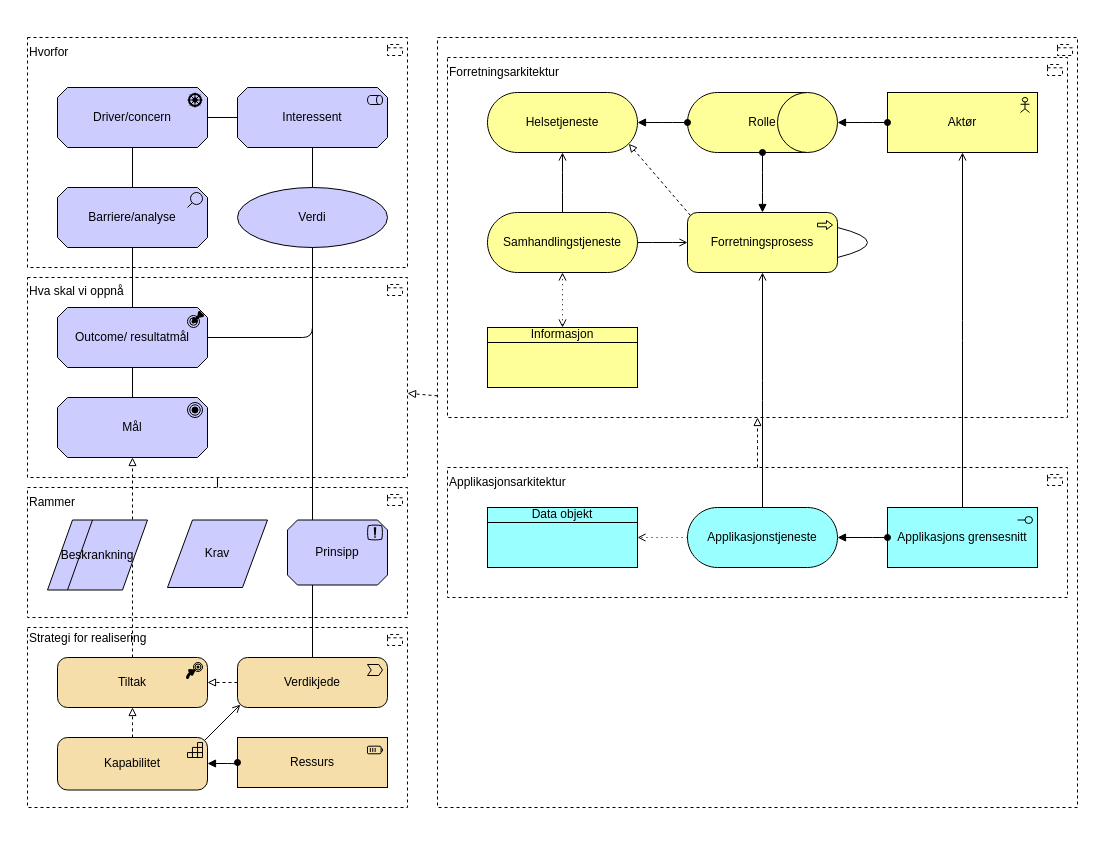
The draw.io diagram page "arkitekturmotivasjon" (1 of 2) of docs/why/arkitektur-motivasjon.drawio in hdir/Digital-Forstelinje, before the edit. Source tidied: cells renumbered, new cells numbered last; positions are measured from the earlier drawing's top-left corner, leaving out a move shared by most shapes. Both pictures are drawn from the tidied source at 100%, with x=0, y=0 at pixel (27, 37).
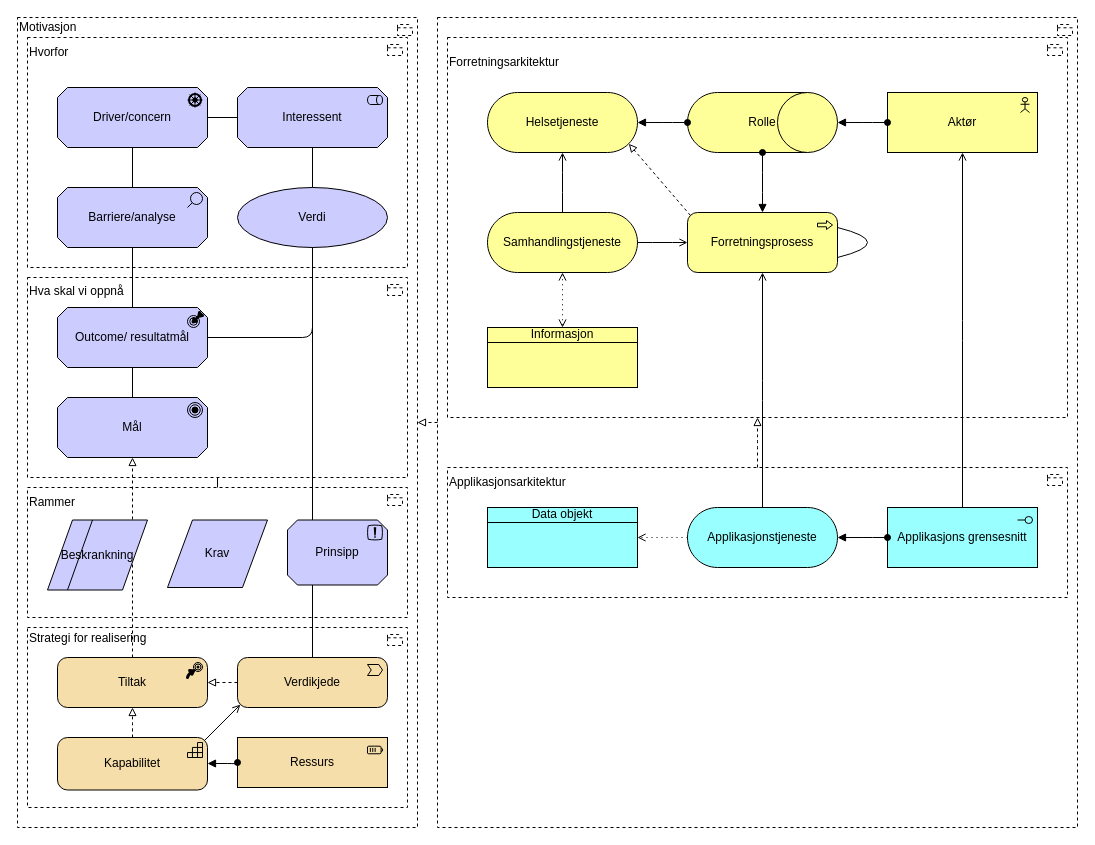
After the change.

The change refers to these unchanged cells:
```xml
<mxCell id="5" value="Hva skal vi oppnå&lt;div&gt;&lt;font color=&quot;#000000&quot;&gt;&lt;br&gt;&lt;/font&gt;&lt;/div&gt;&lt;div&gt;&lt;font color=&quot;#000000&quot;&gt;&lt;br&gt;&lt;/font&gt;&lt;/div&gt;&lt;div&gt;&lt;font color=&quot;#000000&quot;&gt;&lt;br&gt;&lt;/font&gt;&lt;/div&gt;&lt;div&gt;&lt;font color=&quot;#000000&quot;&gt;&lt;br&gt;&lt;/font&gt;&lt;/div&gt;&lt;div&gt;&lt;font color=&quot;#000000&quot;&gt;&lt;br&gt;&lt;/font&gt;&lt;/div&gt;&lt;div&gt;&lt;font color=&quot;#000000&quot;&gt;&lt;br&gt;&lt;/font&gt;&lt;/div&gt;&lt;div&gt;&lt;font color=&quot;#000000&quot;&gt;&lt;br&gt;&lt;/font&gt;&lt;/div&gt;&lt;div&gt;&lt;font color=&quot;#000000&quot;&gt;&lt;br&gt;&lt;/font&gt;&lt;/div&gt;&lt;div&gt;&lt;font color=&quot;#000000&quot;&gt;&lt;br&gt;&lt;/font&gt;&lt;div&gt;&lt;br&gt;&lt;/div&gt;&lt;div&gt;&lt;br&gt;&lt;/div&gt;&lt;div&gt;&lt;br&gt;&lt;/div&gt;&lt;/div&gt;" style="html=1;outlineConnect=0;whiteSpace=wrap;shape=mxgraph.archimate3.application;appType=grouping;archiType=square;dashed=1;fillColor=none;align=left;" parent="1" vertex="1">
  <mxGeometry y="240" width="380" height="200" as="geometry" />
</mxCell>
```

Change to the diagram source:
```diff
@@
     <mxCell id="2" value="&lt;div&gt;&lt;br&gt;&lt;/div&gt;&lt;div&gt;&lt;br&gt;&lt;/div&gt;&lt;div&gt;&lt;br&gt;&lt;/div&gt;&lt;div&gt;&lt;br&gt;&lt;/div&gt;&lt;div&gt;&lt;br&gt;&lt;/div&gt;&lt;div&gt;&lt;br&gt;&lt;/div&gt;&lt;div&gt;&lt;br&gt;&lt;/div&gt;&lt;div&gt;&lt;br&gt;&lt;/div&gt;&lt;div&gt;&lt;br&gt;&lt;/div&gt;&lt;div&gt;&lt;br&gt;&lt;/div&gt;&lt;div&gt;&lt;br&gt;&lt;/div&gt;&lt;div&gt;&lt;br&gt;&lt;/div&gt;&lt;div&gt;&lt;br&gt;&lt;/div&gt;&lt;div&gt;&lt;br&gt;&lt;/div&gt;&lt;div&gt;&lt;br&gt;&lt;/div&gt;&lt;div&gt;&lt;br&gt;&lt;/div&gt;&lt;div&gt;&lt;br&gt;&lt;/div&gt;&lt;div&gt;&lt;br&gt;&lt;/div&gt;&lt;div&gt;&lt;br&gt;&lt;/div&gt;&lt;div&gt;&lt;br&gt;&lt;/div&gt;&lt;div&gt;&lt;br&gt;&lt;/div&gt;&lt;div&gt;&lt;br&gt;&lt;/div&gt;" style="html=1;outlineConnect=0;whiteSpace=wrap;shape=mxgraph.archimate3.application;appType=grouping;archiType=square;dashed=1;fillColor=none;align=left;" parent="1" vertex="1">
-      <mxGeometry x="410" width="640" height="770" as="geometry" />
+      <mxGeometry x="410" y="-20" width="640" height="810" as="geometry" />
     </mxCell>
     <mxCell id="3" value="&lt;div&gt;Forretningsarkitektur&lt;/div&gt;&lt;div&gt;&lt;br&gt;&lt;/div&gt;&lt;div&gt;&lt;br&gt;&lt;/div&gt;&lt;div&gt;&lt;br&gt;&lt;/div&gt;&lt;div&gt;&lt;br&gt;&lt;/div&gt;&lt;div&gt;&lt;br&gt;&lt;/div&gt;&lt;div&gt;&lt;br&gt;&lt;/div&gt;&lt;div&gt;&lt;br&gt;&lt;/div&gt;&lt;div&gt;&lt;br&gt;&lt;/div&gt;&lt;div&gt;&lt;br&gt;&lt;/div&gt;&lt;div&gt;&lt;br&gt;&lt;/div&gt;&lt;div&gt;&lt;br&gt;&lt;/div&gt;&lt;div&gt;&lt;br&gt;&lt;/div&gt;&lt;div&gt;&lt;br&gt;&lt;/div&gt;&lt;div&gt;&lt;br&gt;&lt;/div&gt;&lt;div&gt;&lt;br&gt;&lt;/div&gt;&lt;div&gt;&lt;br&gt;&lt;/div&gt;&lt;div&gt;&lt;br&gt;&lt;/div&gt;&lt;div&gt;&lt;br&gt;&lt;/div&gt;&lt;div&gt;&lt;br&gt;&lt;/div&gt;&lt;div&gt;&lt;br&gt;&lt;/div&gt;&lt;div&gt;&lt;br&gt;&lt;/div&gt;&lt;div&gt;&lt;br&gt;&lt;/div&gt;&lt;div&gt;&lt;br&gt;&lt;/div&gt;" style="html=1;outlineConnect=0;whiteSpace=wrap;shape=mxgraph.archimate3.application;appType=grouping;archiType=square;dashed=1;fillColor=none;align=left;" parent="1" vertex="1">
-      <mxGeometry x="420" y="20" width="620" height="360" as="geometry" />
+      <mxGeometry x="420" width="620" height="380" as="geometry" />
     </mxCell>
@@
-    <mxCell id="38" style="html=1;endArrow=block;elbow=vertical;endFill=0;dashed=1;" parent="1" edge="1" source="2" target="5">
+    <mxCell id="38" style="html=1;endArrow=block;elbow=vertical;endFill=0;dashed=1;entryX=1;entryY=0.5;entryDx=0;entryDy=0;entryPerimeter=0;" parent="1" edge="1" source="2" target="58">
       <mxGeometry relative="1" as="geometry" />
     </mxCell>
@@
+    <mxCell id="58" value="Motivasjon&lt;div&gt;&lt;br&gt;&lt;/div&gt;&lt;div&gt;&lt;br&gt;&lt;/div&gt;&lt;div&gt;&lt;br&gt;&lt;/div&gt;&lt;div&gt;&lt;br&gt;&lt;/div&gt;&lt;div&gt;&lt;br&gt;&lt;/div&gt;&lt;div&gt;&lt;br&gt;&lt;/div&gt;&lt;div&gt;&lt;br&gt;&lt;/div&gt;&lt;div&gt;&lt;br&gt;&lt;/div&gt;&lt;div&gt;&lt;br&gt;&lt;/div&gt;&lt;div&gt;&lt;br&gt;&lt;/div&gt;&lt;div&gt;&lt;br&gt;&lt;/div&gt;&lt;div&gt;&lt;br&gt;&lt;/div&gt;&lt;div&gt;&lt;br&gt;&lt;/div&gt;&lt;div&gt;&lt;br&gt;&lt;/div&gt;&lt;div&gt;&lt;br&gt;&lt;/div&gt;&lt;div&gt;&lt;br&gt;&lt;/div&gt;&lt;div&gt;&lt;br&gt;&lt;/div&gt;&lt;div&gt;&lt;br&gt;&lt;/div&gt;&lt;div&gt;&lt;br&gt;&lt;/div&gt;&lt;div&gt;&lt;br&gt;&lt;/div&gt;&lt;div&gt;&lt;br&gt;&lt;/div&gt;&lt;div&gt;&lt;br&gt;&lt;/div&gt;&lt;div&gt;&lt;br&gt;&lt;/div&gt;&lt;div&gt;&lt;br&gt;&lt;/div&gt;&lt;div&gt;&lt;br&gt;&lt;/div&gt;&lt;div&gt;&lt;br&gt;&lt;/div&gt;&lt;div&gt;&lt;br&gt;&lt;/div&gt;&lt;div&gt;&lt;br&gt;&lt;/div&gt;&lt;div&gt;&lt;br&gt;&lt;/div&gt;&lt;div&gt;&lt;br&gt;&lt;/div&gt;&lt;div&gt;&lt;br&gt;&lt;/div&gt;&lt;div&gt;&lt;br&gt;&lt;/div&gt;&lt;div&gt;&lt;br&gt;&lt;/div&gt;&lt;div&gt;&lt;br&gt;&lt;/div&gt;&lt;div&gt;&lt;br&gt;&lt;/div&gt;&lt;div&gt;&lt;br&gt;&lt;/div&gt;&lt;div&gt;&lt;br&gt;&lt;/div&gt;&lt;div&gt;&lt;br&gt;&lt;/div&gt;&lt;div&gt;&lt;br&gt;&lt;/div&gt;&lt;div&gt;&lt;br&gt;&lt;/div&gt;&lt;div&gt;&lt;br&gt;&lt;/div&gt;&lt;div&gt;&lt;br&gt;&lt;/div&gt;&lt;div&gt;&lt;br&gt;&lt;/div&gt;&lt;div&gt;&lt;br&gt;&lt;/div&gt;&lt;div&gt;&lt;br&gt;&lt;/div&gt;&lt;div&gt;&lt;br&gt;&lt;/div&gt;&lt;div&gt;&lt;br&gt;&lt;/div&gt;&lt;div&gt;&lt;br&gt;&lt;/div&gt;&lt;div&gt;&lt;br&gt;&lt;/div&gt;&lt;div&gt;&lt;br&gt;&lt;/div&gt;&lt;div&gt;&lt;br&gt;&lt;/div&gt;&lt;div&gt;&lt;br&gt;&lt;/div&gt;&lt;div&gt;&lt;br&gt;&lt;/div&gt;&lt;div&gt;&lt;br&gt;&lt;/div&gt;&lt;div&gt;&lt;br&gt;&lt;/div&gt;" style="html=1;outlineConnect=0;whiteSpace=wrap;shape=mxgraph.archimate3.application;appType=grouping;archiType=square;dashed=1;fillColor=none;align=left;" parent="1" vertex="1">
+      <mxGeometry x="-10" y="-20" width="400" height="810" as="geometry" />
+    </mxCell>
```
